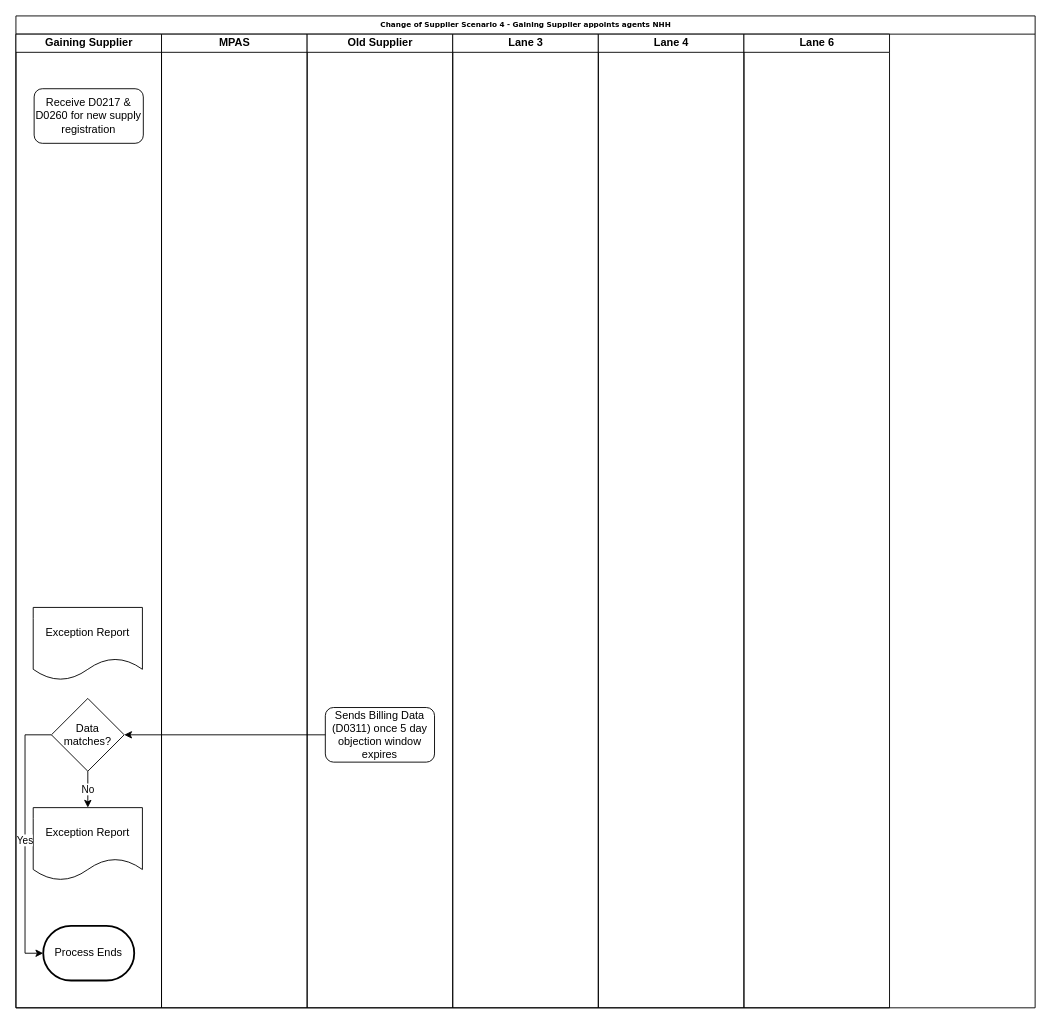
The draw.io diagram Gaining Customer Electricity Scenario 4.drawio in andykanu/energy-business-processes, before the edit. Source tidied: cells renumbered, new cells numbered last; positions are measured from the earlier drawing's top-left corner, leaving out a move shared by most shapes. Both pictures are drawn from the tidied source at 91%, with x=0, y=0 at pixel (15, 15).
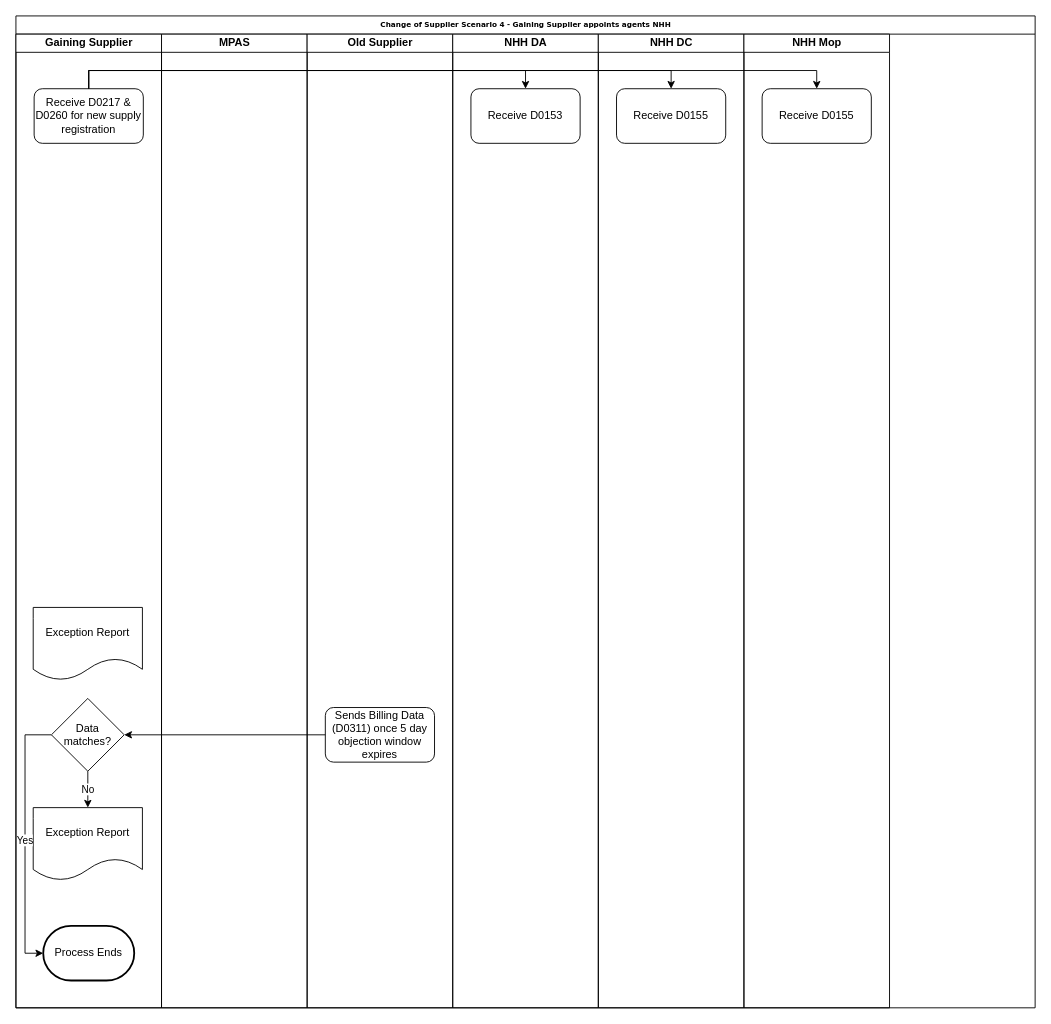
The same diagram, later.

Unchanged cells that the change refers to:
```xml
<mxCell id="2" value="Change of Supplier Scenario 4 - Gaining Supplier appoints agents NHH" style="swimlane;html=1;startSize=20;rounded=0;shadow=0;labelBackgroundColor=none;strokeColor=#000000;strokeWidth=1;fillColor=#ffffff;fontFamily=Verdana;fontSize=8;fontColor=#000000;align=center;" parent="1" vertex="1">
  <mxGeometry width="1120" height="1090" as="geometry" />
</mxCell>
<mxCell id="4" value="Receive D0217 &amp;amp; D0260 for new supply registration" style="rounded=1;whiteSpace=wrap;html=1;" parent="3" vertex="1">
  <mxGeometry x="20" y="60" width="120" height="60" as="geometry" />
</mxCell>
```

What changed in the source:
```diff
@@
-    <mxCell id="15" value="Lane 3" style="swimlane;html=1;startSize=20;" parent="2" vertex="1">
+    <mxCell id="15" value="NHH DA" style="swimlane;html=1;startSize=20;" parent="2" vertex="1">
       <mxGeometry x="480" y="20" width="160" height="1070" as="geometry" />
     </mxCell>
+    <mxCell id="19" value="Receive D0153" style="rounded=1;whiteSpace=wrap;html=1;" parent="15" vertex="1">
+      <mxGeometry x="20" y="60" width="120" height="60" as="geometry" />
+    </mxCell>
-    <mxCell id="16" value="Lane 4" style="swimlane;html=1;startSize=20;" parent="2" vertex="1">
+    <mxCell id="16" value="NHH DC" style="swimlane;html=1;startSize=20;" parent="2" vertex="1">
       <mxGeometry x="640" y="20" width="160" height="1070" as="geometry" />
     </mxCell>
+    <mxCell id="20" value="Receive D0155" style="rounded=1;whiteSpace=wrap;html=1;" parent="16" vertex="1">
+      <mxGeometry x="20" y="60" width="120" height="60" as="geometry" />
+    </mxCell>
-    <mxCell id="17" value="Lane 6" style="swimlane;html=1;startSize=20;" parent="2" vertex="1">
+    <mxCell id="17" value="NHH Mop" style="swimlane;html=1;startSize=20;" parent="2" vertex="1">
       <mxGeometry x="800" y="20" width="160" height="1070" as="geometry" />
     </mxCell>
+    <mxCell id="21" value="Receive D0155" style="rounded=1;whiteSpace=wrap;html=1;" parent="17" vertex="1">
+      <mxGeometry x="20" y="60" width="120" height="60" as="geometry" />
+    </mxCell>
@@
+    <mxCell id="22" style="edgeStyle=orthogonalEdgeStyle;rounded=0;jettySize=auto;html=1;exitX=0.5;exitY=0;exitDx=0;exitDy=0;entryX=0.5;entryY=0;entryDx=0;entryDy=0;" parent="2" edge="1" source="4" target="19">
+      <mxGeometry relative="1" as="geometry" />
+    </mxCell>
+    <mxCell id="23" style="edgeStyle=orthogonalEdgeStyle;rounded=0;jettySize=auto;html=1;exitX=0.5;exitY=0;exitDx=0;exitDy=0;entryX=0.5;entryY=0;entryDx=0;entryDy=0;" parent="2" edge="1" source="4" target="20">
+      <mxGeometry relative="1" as="geometry" />
+    </mxCell>
+    <mxCell id="24" style="edgeStyle=orthogonalEdgeStyle;rounded=0;jettySize=auto;html=1;exitX=0.5;exitY=0;exitDx=0;exitDy=0;entryX=0.5;entryY=0;entryDx=0;entryDy=0;" parent="2" edge="1" source="4" target="21">
+      <mxGeometry relative="1" as="geometry" />
+    </mxCell>
```
